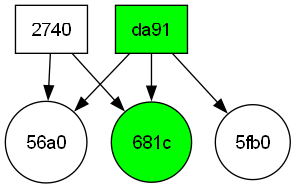
The Graphviz diagram IP-CW2/also_likes.png in ifra-mahmood24/Python-Projects, before a commit. Its source is kept beside it as IP-CW2/also_likes.dot.
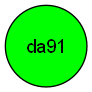
Above is the later version.

The edit, as a diff of the source:
```diff
@@ -1,14 +1,5 @@
 digraph AlsoLikes {
   rankdir=TB;
   node [fontname="Helvetica"];
-  "681c" [shape=circle, style=filled, fillcolor="green", label="681c"];
-  "56a0" [shape=circle, label="56a0"];
-  "5fb0" [shape=circle, label="5fb0"];
-  "da91" [shape=box, style=filled, fillcolor="green", label="da91"];
-  "2740" [shape=box, label="2740"];
-  "2740" -> "681c";
-  "da91" -> "56a0";
-  "da91" -> "5fb0";
-  "2740" -> "56a0";
-  "da91" -> "681c";
+  "da91" [shape=circle, style=filled, fillcolor="green", label="da91"];
 }
```
